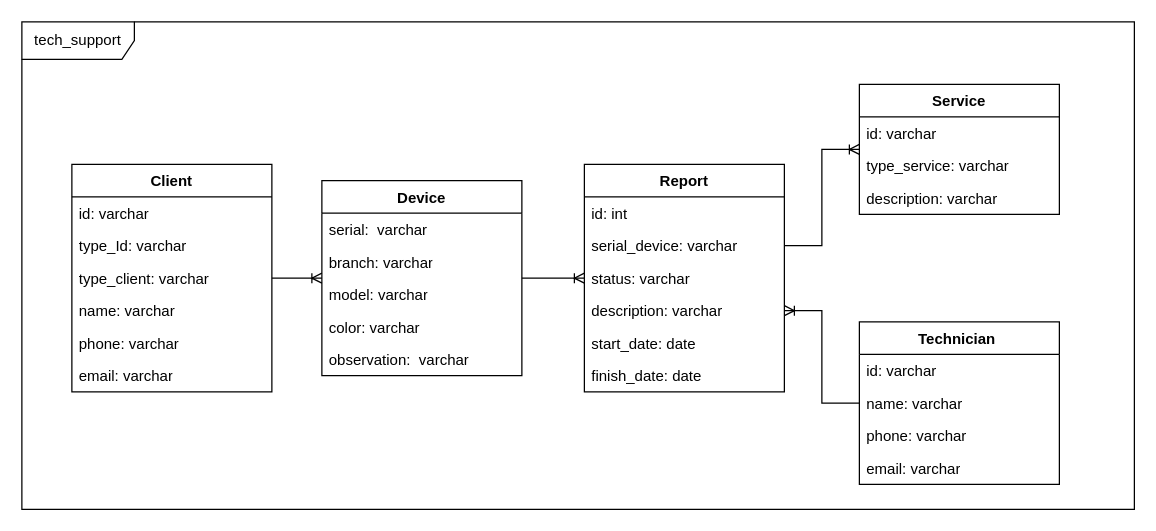
The draw.io diagram projects/tech_support/Tech_support.drawio in Alejo2304/website_projects, before the edit. Source tidied: cells renumbered, new cells numbered last; positions are measured from the earlier drawing's top-left corner, leaving out a move shared by most shapes. Both pictures are drawn from the tidied source at 125%, with x=0, y=0 at pixel (21, 21).
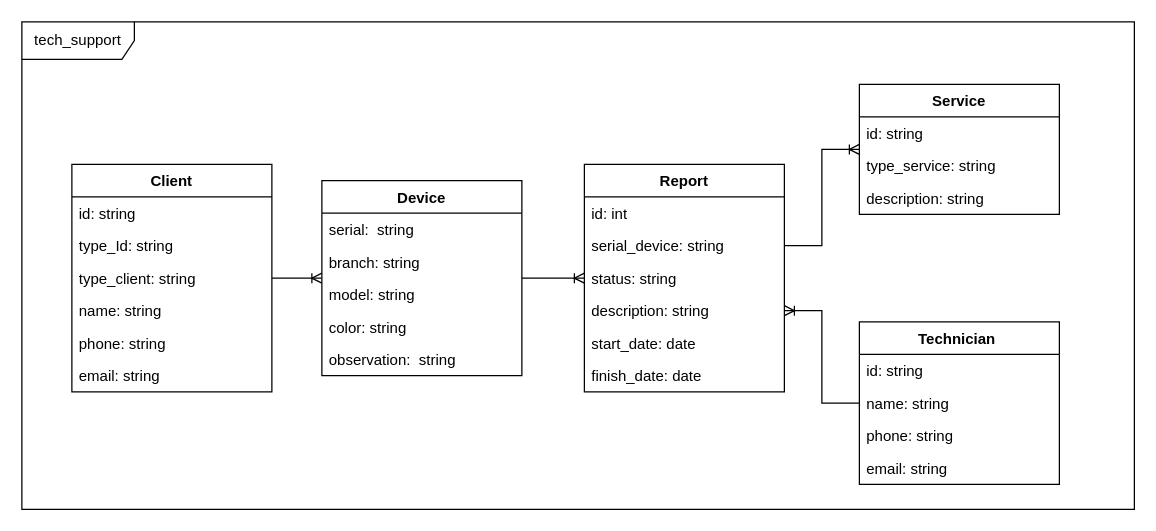
The same diagram, later.

Commit message:
Update data type Tech_support.drawio

The change refers to these unchanged cells:
```xml
<mxCell id="2" value="Client" style="swimlane;fontStyle=1;align=center;verticalAlign=top;horizontal=1;startSize=26;whiteSpace=wrap;html=1;" parent="1" vertex="1">
  <mxGeometry x="40" y="114" width="160" height="182" as="geometry" />
</mxCell>
<mxCell id="9" value="Technician&amp;nbsp;" style="swimlane;fontStyle=1;align=center;verticalAlign=top;horizontal=1;startSize=26;whiteSpace=wrap;html=1;" parent="1" vertex="1">
  <mxGeometry x="670" y="240" width="160" height="130" as="geometry" />
</mxCell>
<mxCell id="14" value="Device" style="swimlane;fontStyle=1;align=center;verticalAlign=top;horizontal=1;startSize=26;whiteSpace=wrap;html=1;" parent="1" vertex="1">
  <mxGeometry x="240" y="127" width="160" height="156" as="geometry" />
</mxCell>
<mxCell id="20" value="Report" style="swimlane;fontStyle=1;align=center;verticalAlign=top;horizontal=1;startSize=26;whiteSpace=wrap;html=1;" parent="1" vertex="1">
  <mxGeometry x="450" y="114" width="160" height="182" as="geometry" />
</mxCell>
<mxCell id="27" value="Service" style="swimlane;fontStyle=1;align=center;verticalAlign=top;horizontal=1;startSize=26;whiteSpace=wrap;html=1;" parent="1" vertex="1">
  <mxGeometry x="670" y="50" width="160" height="104" as="geometry" />
</mxCell>
```

The edit, as a diff of the source:
```diff
@@
-    <mxCell id="3" value="id: varchar" style="text;strokeColor=none;fillColor=none;align=left;verticalAlign=top;spacingLeft=4;spacingRight=4;overflow=hidden;whiteSpace=wrap;html=1;" parent="2" vertex="1">
+    <mxCell id="3" value="id: string" style="text;strokeColor=none;fillColor=none;align=left;verticalAlign=top;spacingLeft=4;spacingRight=4;overflow=hidden;whiteSpace=wrap;html=1;" parent="2" vertex="1">
       <mxGeometry y="26" width="160" height="26" as="geometry" />
     </mxCell>
-    <mxCell id="4" value="type_Id: varchar" style="text;strokeColor=none;fillColor=none;align=left;verticalAlign=top;spacingLeft=4;spacingRight=4;overflow=hidden;whiteSpace=wrap;html=1;" parent="2" vertex="1">
+    <mxCell id="4" value="type_Id: string" style="text;strokeColor=none;fillColor=none;align=left;verticalAlign=top;spacingLeft=4;spacingRight=4;overflow=hidden;whiteSpace=wrap;html=1;" parent="2" vertex="1">
       <mxGeometry y="52" width="160" height="26" as="geometry" />
     </mxCell>
-    <mxCell id="5" value="type_client: varchar&lt;span style=&quot;white-space: pre;&quot;&gt;&#9;&lt;/span&gt;" style="text;strokeColor=none;fillColor=none;align=left;verticalAlign=top;spacingLeft=4;spacingRight=4;overflow=hidden;whiteSpace=wrap;html=1;" parent="2" vertex="1">
+    <mxCell id="5" value="type_client: string&lt;span style=&quot;white-space: pre;&quot;&gt;&#9;&lt;/span&gt;" style="text;strokeColor=none;fillColor=none;align=left;verticalAlign=top;spacingLeft=4;spacingRight=4;overflow=hidden;whiteSpace=wrap;html=1;" parent="2" vertex="1">
       <mxGeometry y="78" width="160" height="26" as="geometry" />
     </mxCell>
-    <mxCell id="6" value="name: varchar" style="text;strokeColor=none;fillColor=none;align=left;verticalAlign=top;spacingLeft=4;spacingRight=4;overflow=hidden;whiteSpace=wrap;html=1;" parent="2" vertex="1">
+    <mxCell id="6" value="name: string" style="text;strokeColor=none;fillColor=none;align=left;verticalAlign=top;spacingLeft=4;spacingRight=4;overflow=hidden;whiteSpace=wrap;html=1;" parent="2" vertex="1">
       <mxGeometry y="104" width="160" height="26" as="geometry" />
     </mxCell>
-    <mxCell id="7" value="phone: varchar" style="text;strokeColor=none;fillColor=none;align=left;verticalAlign=top;spacingLeft=4;spacingRight=4;overflow=hidden;whiteSpace=wrap;html=1;" parent="2" vertex="1">
+    <mxCell id="7" value="phone: string" style="text;strokeColor=none;fillColor=none;align=left;verticalAlign=top;spacingLeft=4;spacingRight=4;overflow=hidden;whiteSpace=wrap;html=1;" parent="2" vertex="1">
       <mxGeometry y="130" width="160" height="26" as="geometry" />
     </mxCell>
-    <mxCell id="8" value="email: varchar" style="text;strokeColor=none;fillColor=none;align=left;verticalAlign=top;spacingLeft=4;spacingRight=4;overflow=hidden;whiteSpace=wrap;html=1;" parent="2" vertex="1">
+    <mxCell id="8" value="email: string" style="text;strokeColor=none;fillColor=none;align=left;verticalAlign=top;spacingLeft=4;spacingRight=4;overflow=hidden;whiteSpace=wrap;html=1;" parent="2" vertex="1">
       <mxGeometry y="156" width="160" height="26" as="geometry" />
     </mxCell>
@@
-    <mxCell id="10" value="id: varchar&lt;div&gt;&lt;br/&gt;&lt;/div&gt;" style="text;strokeColor=none;fillColor=none;align=left;verticalAlign=top;spacingLeft=4;spacingRight=4;overflow=hidden;whiteSpace=wrap;html=1;" parent="9" vertex="1">
+    <mxCell id="10" value="id: string&lt;div&gt;&lt;br/&gt;&lt;/div&gt;" style="text;strokeColor=none;fillColor=none;align=left;verticalAlign=top;spacingLeft=4;spacingRight=4;overflow=hidden;whiteSpace=wrap;html=1;" parent="9" vertex="1">
       <mxGeometry y="26" width="160" height="26" as="geometry" />
     </mxCell>
-    <mxCell id="11" value="name: varchar" style="text;strokeColor=none;fillColor=none;align=left;verticalAlign=top;spacingLeft=4;spacingRight=4;overflow=hidden;whiteSpace=wrap;html=1;" parent="9" vertex="1">
+    <mxCell id="11" value="name: string" style="text;strokeColor=none;fillColor=none;align=left;verticalAlign=top;spacingLeft=4;spacingRight=4;overflow=hidden;whiteSpace=wrap;html=1;" parent="9" vertex="1">
       <mxGeometry y="52" width="160" height="26" as="geometry" />
     </mxCell>
-    <mxCell id="12" value="phone: varchar" style="text;strokeColor=none;fillColor=none;align=left;verticalAlign=top;spacingLeft=4;spacingRight=4;overflow=hidden;whiteSpace=wrap;html=1;" parent="9" vertex="1">
+    <mxCell id="12" value="phone: string" style="text;strokeColor=none;fillColor=none;align=left;verticalAlign=top;spacingLeft=4;spacingRight=4;overflow=hidden;whiteSpace=wrap;html=1;" parent="9" vertex="1">
       <mxGeometry y="78" width="160" height="26" as="geometry" />
     </mxCell>
-    <mxCell id="13" value="email: varchar" style="text;strokeColor=none;fillColor=none;align=left;verticalAlign=top;spacingLeft=4;spacingRight=4;overflow=hidden;whiteSpace=wrap;html=1;" parent="9" vertex="1">
+    <mxCell id="13" value="email: string" style="text;strokeColor=none;fillColor=none;align=left;verticalAlign=top;spacingLeft=4;spacingRight=4;overflow=hidden;whiteSpace=wrap;html=1;" parent="9" vertex="1">
       <mxGeometry y="104" width="160" height="26" as="geometry" />
     </mxCell>
@@
-    <mxCell id="15" value="serial:&amp;nbsp; varchar&lt;div&gt;&lt;br&gt;&lt;/div&gt;" style="text;strokeColor=none;fillColor=none;align=left;verticalAlign=top;spacingLeft=4;spacingRight=4;overflow=hidden;whiteSpace=wrap;html=1;" parent="14" vertex="1">
+    <mxCell id="15" value="serial:&amp;nbsp; string&lt;div&gt;&lt;br&gt;&lt;/div&gt;" style="text;strokeColor=none;fillColor=none;align=left;verticalAlign=top;spacingLeft=4;spacingRight=4;overflow=hidden;whiteSpace=wrap;html=1;" parent="14" vertex="1">
       <mxGeometry y="26" width="160" height="26" as="geometry" />
     </mxCell>
-    <mxCell id="16" value="branch: varchar&lt;div&gt;&lt;br&gt;&lt;/div&gt;" style="text;strokeColor=none;fillColor=none;align=left;verticalAlign=top;spacingLeft=4;spacingRight=4;overflow=hidden;whiteSpace=wrap;html=1;" parent="14" vertex="1">
+    <mxCell id="16" value="branch: string&lt;div&gt;&lt;br&gt;&lt;/div&gt;" style="text;strokeColor=none;fillColor=none;align=left;verticalAlign=top;spacingLeft=4;spacingRight=4;overflow=hidden;whiteSpace=wrap;html=1;" parent="14" vertex="1">
       <mxGeometry y="52" width="160" height="26" as="geometry" />
     </mxCell>
-    <mxCell id="17" value="model: varchar" style="text;strokeColor=none;fillColor=none;align=left;verticalAlign=top;spacingLeft=4;spacingRight=4;overflow=hidden;whiteSpace=wrap;html=1;" parent="14" vertex="1">
+    <mxCell id="17" value="model: string" style="text;strokeColor=none;fillColor=none;align=left;verticalAlign=top;spacingLeft=4;spacingRight=4;overflow=hidden;whiteSpace=wrap;html=1;" parent="14" vertex="1">
       <mxGeometry y="78" width="160" height="26" as="geometry" />
     </mxCell>
-    <mxCell id="18" value="color: varchar" style="text;strokeColor=none;fillColor=none;align=left;verticalAlign=top;spacingLeft=4;spacingRight=4;overflow=hidden;whiteSpace=wrap;html=1;" parent="14" vertex="1">
+    <mxCell id="18" value="color: string" style="text;strokeColor=none;fillColor=none;align=left;verticalAlign=top;spacingLeft=4;spacingRight=4;overflow=hidden;whiteSpace=wrap;html=1;" parent="14" vertex="1">
       <mxGeometry y="104" width="160" height="26" as="geometry" />
     </mxCell>
-    <mxCell id="19" value="observation:&amp;nbsp; varchar" style="text;strokeColor=none;fillColor=none;align=left;verticalAlign=top;spacingLeft=4;spacingRight=4;overflow=hidden;whiteSpace=wrap;html=1;" parent="14" vertex="1">
+    <mxCell id="19" value="observation:&amp;nbsp; string" style="text;strokeColor=none;fillColor=none;align=left;verticalAlign=top;spacingLeft=4;spacingRight=4;overflow=hidden;whiteSpace=wrap;html=1;" parent="14" vertex="1">
       <mxGeometry y="130" width="160" height="26" as="geometry" />
     </mxCell>
@@
-    <mxCell id="22" value="serial_device: varchar" style="text;strokeColor=none;fillColor=none;align=left;verticalAlign=top;spacingLeft=4;spacingRight=4;overflow=hidden;points=[[0,0.5],[1,0.5]];portConstraint=eastwest;whiteSpace=wrap;html=1;" parent="20" vertex="1">
+    <mxCell id="22" value="serial_device: string" style="text;strokeColor=none;fillColor=none;align=left;verticalAlign=top;spacingLeft=4;spacingRight=4;overflow=hidden;points=[[0,0.5],[1,0.5]];portConstraint=eastwest;whiteSpace=wrap;html=1;" parent="20" vertex="1">
       <mxGeometry y="52" width="160" height="26" as="geometry" />
     </mxCell>
-    <mxCell id="23" value="status: varchar&lt;br&gt;&lt;span style=&quot;white-space: pre;&quot;&gt;&#9;&lt;/span&gt;&lt;span style=&quot;white-space: pre;&quot;&gt;&#9;&lt;/span&gt;&lt;span style=&quot;white-space: pre;&quot;&gt;&#9;&lt;/span&gt;&lt;span style=&quot;white-space: pre;&quot;&gt;&#9;&lt;/span&gt;&lt;span style=&quot;white-space: pre;&quot;&gt;&#9;&lt;/span&gt;&lt;span style=&quot;white-space: pre;&quot;&gt;&#9;&lt;/span&gt;&lt;span style=&quot;white-space: pre;&quot;&gt;&#9;&lt;/span&gt;" style="text;strokeColor=none;fillColor=none;align=left;verticalAlign=top;spacingLeft=4;spacingRight=4;overflow=hidden;whiteSpace=wrap;html=1;" parent="20" vertex="1">
+    <mxCell id="23" value="status: string&lt;br&gt;&lt;span style=&quot;white-space: pre;&quot;&gt;&#9;&lt;/span&gt;&lt;span style=&quot;white-space: pre;&quot;&gt;&#9;&lt;/span&gt;&lt;span style=&quot;white-space: pre;&quot;&gt;&#9;&lt;/span&gt;&lt;span style=&quot;white-space: pre;&quot;&gt;&#9;&lt;/span&gt;&lt;span style=&quot;white-space: pre;&quot;&gt;&#9;&lt;/span&gt;&lt;span style=&quot;white-space: pre;&quot;&gt;&#9;&lt;/span&gt;&lt;span style=&quot;white-space: pre;&quot;&gt;&#9;&lt;/span&gt;" style="text;strokeColor=none;fillColor=none;align=left;verticalAlign=top;spacingLeft=4;spacingRight=4;overflow=hidden;whiteSpace=wrap;html=1;" parent="20" vertex="1">
       <mxGeometry y="78" width="160" height="26" as="geometry" />
     </mxCell>
-    <mxCell id="24" value="description: varchar" style="text;strokeColor=none;fillColor=none;align=left;verticalAlign=top;spacingLeft=4;spacingRight=4;overflow=hidden;points=[[0,0.5],[1,0.5]];portConstraint=eastwest;whiteSpace=wrap;html=1;" parent="20" vertex="1">
+    <mxCell id="24" value="description: string" style="text;strokeColor=none;fillColor=none;align=left;verticalAlign=top;spacingLeft=4;spacingRight=4;overflow=hidden;points=[[0,0.5],[1,0.5]];portConstraint=eastwest;whiteSpace=wrap;html=1;" parent="20" vertex="1">
       <mxGeometry y="104" width="160" height="26" as="geometry" />
     </mxCell>
@@
-    <mxCell id="28" value="id: varchar&amp;nbsp;&lt;div&gt;&lt;br&gt;&lt;/div&gt;" style="text;strokeColor=none;fillColor=none;align=left;verticalAlign=top;spacingLeft=4;spacingRight=4;overflow=hidden;whiteSpace=wrap;html=1;" parent="27" vertex="1">
+    <mxCell id="28" value="id: string&amp;nbsp;&lt;div&gt;&lt;br&gt;&lt;/div&gt;" style="text;strokeColor=none;fillColor=none;align=left;verticalAlign=top;spacingLeft=4;spacingRight=4;overflow=hidden;whiteSpace=wrap;html=1;" parent="27" vertex="1">
       <mxGeometry y="26" width="160" height="26" as="geometry" />
     </mxCell>
-    <mxCell id="29" value="type_service: varchar" style="text;strokeColor=none;fillColor=none;align=left;verticalAlign=top;spacingLeft=4;spacingRight=4;overflow=hidden;whiteSpace=wrap;html=1;" parent="27" vertex="1">
+    <mxCell id="29" value="type_service: string" style="text;strokeColor=none;fillColor=none;align=left;verticalAlign=top;spacingLeft=4;spacingRight=4;overflow=hidden;whiteSpace=wrap;html=1;" parent="27" vertex="1">
       <mxGeometry y="52" width="160" height="26" as="geometry" />
     </mxCell>
-    <mxCell id="30" value="description: varchar" style="text;strokeColor=none;fillColor=none;align=left;verticalAlign=top;spacingLeft=4;spacingRight=4;overflow=hidden;whiteSpace=wrap;html=1;" parent="27" vertex="1">
+    <mxCell id="30" value="description: string" style="text;strokeColor=none;fillColor=none;align=left;verticalAlign=top;spacingLeft=4;spacingRight=4;overflow=hidden;whiteSpace=wrap;html=1;" parent="27" vertex="1">
       <mxGeometry y="78" width="160" height="26" as="geometry" />
     </mxCell>
```
